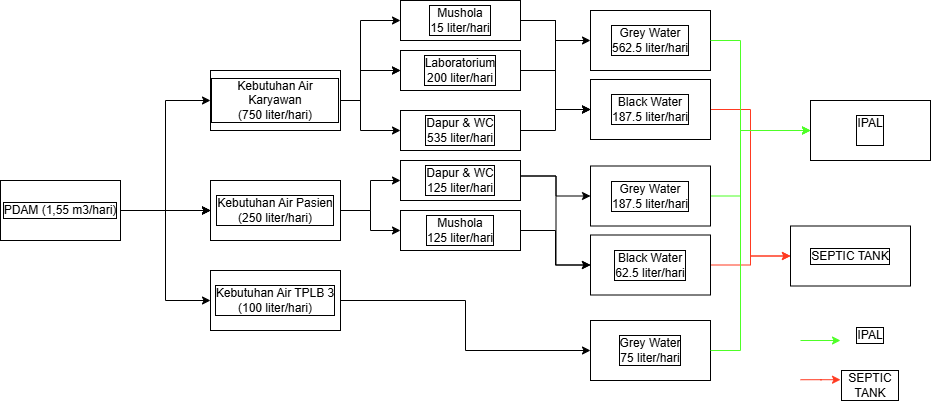
This is Neraca Air Klinik Surya Medika.drawio.png from famowoiii/envimos_sensot, a draw.io export, as it was before one commit. Source tidied: cells renumbered, new cells last; positions are measured from the earlier drawing's top-left corner, leaving out a move shared by most shapes.
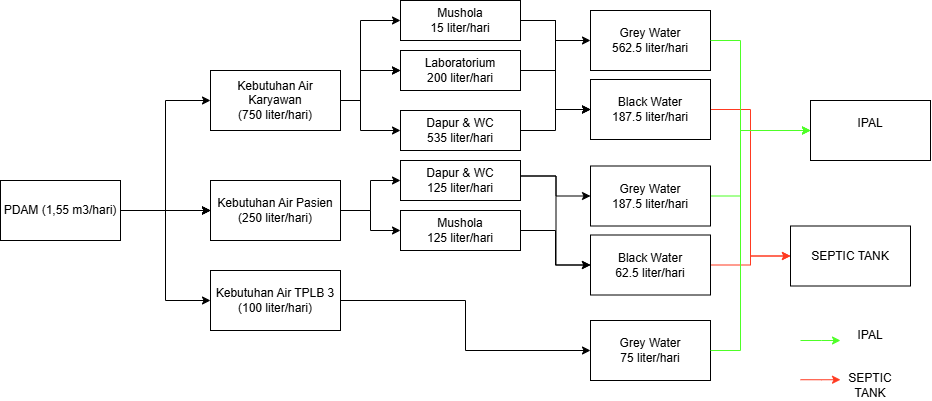
After the change.

What changed in the source:
```diff
@@ -4,21 +4,21 @@
     <mxCell id="1" parent="0" />
-    <mxCell id="2" style="edgeStyle=orthogonalEdgeStyle;rounded=0;jettySize=auto;html=1;entryX=0;entryY=0.5;entryDx=0;entryDy=0;fontFamily=Arial;labelBorderColor=default;labelBackgroundColor=none;" parent="1" edge="1" source="7" target="12">
+    <mxCell id="2" style="edgeStyle=orthogonalEdgeStyle;rounded=0;jettySize=auto;html=1;entryX=0;entryY=0.5;entryDx=0;entryDy=0;fontFamily=Arial;labelBorderColor=none;labelBackgroundColor=none;" parent="1" edge="1" source="7" target="12">
       <mxGeometry relative="1" as="geometry" />
     </mxCell>
-    <mxCell id="3" style="edgeStyle=orthogonalEdgeStyle;rounded=0;jettySize=auto;html=1;fontFamily=Arial;labelBorderColor=default;labelBackgroundColor=none;" parent="1" edge="1" source="7" target="17">
+    <mxCell id="3" style="edgeStyle=orthogonalEdgeStyle;rounded=0;jettySize=auto;html=1;fontFamily=Arial;labelBorderColor=none;labelBackgroundColor=none;" parent="1" edge="1" source="7" target="17">
       <mxGeometry relative="1" as="geometry" />
     </mxCell>
-    <mxCell id="4" style="edgeStyle=orthogonalEdgeStyle;rounded=0;jettySize=auto;html=1;fontFamily=Arial;labelBorderColor=default;labelBackgroundColor=none;" parent="1" edge="1" source="7" target="17">
+    <mxCell id="4" style="edgeStyle=orthogonalEdgeStyle;rounded=0;jettySize=auto;html=1;fontFamily=Arial;labelBorderColor=none;labelBackgroundColor=none;" parent="1" edge="1" source="7" target="17">
       <mxGeometry relative="1" as="geometry" />
     </mxCell>
-    <mxCell id="5" style="edgeStyle=orthogonalEdgeStyle;rounded=0;jettySize=auto;html=1;fontFamily=Arial;labelBorderColor=default;labelBackgroundColor=none;" parent="1" edge="1" source="7" target="17">
+    <mxCell id="5" style="edgeStyle=orthogonalEdgeStyle;rounded=0;jettySize=auto;html=1;fontFamily=Arial;labelBorderColor=none;labelBackgroundColor=none;" parent="1" edge="1" source="7" target="17">
       <mxGeometry relative="1" as="geometry" />
     </mxCell>
-    <mxCell id="6" style="edgeStyle=orthogonalEdgeStyle;rounded=0;jettySize=auto;html=1;exitX=1;exitY=0.5;exitDx=0;exitDy=0;entryX=0;entryY=0.5;entryDx=0;entryDy=0;fontFamily=Arial;labelBorderColor=default;labelBackgroundColor=none;" parent="1" edge="1" source="7" target="14">
+    <mxCell id="6" style="edgeStyle=orthogonalEdgeStyle;rounded=0;jettySize=auto;html=1;exitX=1;exitY=0.5;exitDx=0;exitDy=0;entryX=0;entryY=0.5;entryDx=0;entryDy=0;fontFamily=Arial;labelBorderColor=none;labelBackgroundColor=none;" parent="1" edge="1" source="7" target="14">
       <mxGeometry relative="1" as="geometry" />
     </mxCell>
-    <mxCell id="7" value="PDAM (1,55 m3/hari)" style="rounded=0;whiteSpace=wrap;html=1;fontFamily=Arial;labelBorderColor=default;labelBackgroundColor=none;" parent="1" vertex="1">
+    <mxCell id="7" value="PDAM (1,55 m3/hari)" style="rounded=0;whiteSpace=wrap;html=1;fontFamily=Arial;labelBorderColor=none;labelBackgroundColor=none;" parent="1" vertex="1">
       <mxGeometry y="180" width="120" height="60" as="geometry" />
     </mxCell>
-    <mxCell id="8" style="edgeStyle=orthogonalEdgeStyle;rounded=0;jettySize=auto;html=1;entryX=0;entryY=0.5;entryDx=0;entryDy=0;fontFamily=Arial;labelBorderColor=default;labelBackgroundColor=none;" parent="1" edge="1" source="12" target="19">
+    <mxCell id="8" style="edgeStyle=orthogonalEdgeStyle;rounded=0;jettySize=auto;html=1;entryX=0;entryY=0.5;entryDx=0;entryDy=0;fontFamily=Arial;labelBorderColor=none;labelBackgroundColor=none;" parent="1" edge="1" source="12" target="19">
       <mxGeometry relative="1" as="geometry">
@@ -30,3 +30,3 @@
     </mxCell>
-    <mxCell id="9" style="edgeStyle=orthogonalEdgeStyle;rounded=0;jettySize=auto;html=1;fontFamily=Arial;labelBorderColor=default;labelBackgroundColor=none;" parent="1" edge="1" source="12" target="21">
+    <mxCell id="9" style="edgeStyle=orthogonalEdgeStyle;rounded=0;jettySize=auto;html=1;fontFamily=Arial;labelBorderColor=none;labelBackgroundColor=none;" parent="1" edge="1" source="12" target="21">
       <mxGeometry relative="1" as="geometry">
@@ -38,3 +38,3 @@
     </mxCell>
-    <mxCell id="10" style="edgeStyle=orthogonalEdgeStyle;rounded=0;jettySize=auto;html=1;entryX=0;entryY=0.5;entryDx=0;entryDy=0;fontFamily=Arial;labelBorderColor=default;labelBackgroundColor=none;" parent="1" edge="1" source="12" target="21">
+    <mxCell id="10" style="edgeStyle=orthogonalEdgeStyle;rounded=0;jettySize=auto;html=1;entryX=0;entryY=0.5;entryDx=0;entryDy=0;fontFamily=Arial;labelBorderColor=none;labelBackgroundColor=none;" parent="1" edge="1" source="12" target="21">
       <mxGeometry relative="1" as="geometry">
@@ -46,3 +46,3 @@
     </mxCell>
-    <mxCell id="11" style="edgeStyle=orthogonalEdgeStyle;rounded=0;jettySize=auto;html=1;entryX=0;entryY=0.5;entryDx=0;entryDy=0;fontFamily=Arial;labelBorderColor=default;labelBackgroundColor=none;" parent="1" edge="1" source="12" target="23">
+    <mxCell id="11" style="edgeStyle=orthogonalEdgeStyle;rounded=0;jettySize=auto;html=1;entryX=0;entryY=0.5;entryDx=0;entryDy=0;fontFamily=Arial;labelBorderColor=none;labelBackgroundColor=none;" parent="1" edge="1" source="12" target="23">
       <mxGeometry relative="1" as="geometry">
@@ -54,66 +54,66 @@
     </mxCell>
-    <mxCell id="12" value="Kebutuhan Air Karyawan&lt;div&gt;(750 liter/hari)&lt;/div&gt;" style="rounded=0;whiteSpace=wrap;html=1;fontFamily=Arial;labelBorderColor=default;labelBackgroundColor=none;" parent="1" vertex="1">
+    <mxCell id="12" value="Kebutuhan Air Karyawan&lt;div&gt;(750 liter/hari)&lt;/div&gt;" style="rounded=0;whiteSpace=wrap;html=1;fontFamily=Arial;labelBorderColor=none;labelBackgroundColor=none;" parent="1" vertex="1">
       <mxGeometry x="210" y="70" width="130" height="60" as="geometry" />
     </mxCell>
-    <mxCell id="13" style="edgeStyle=orthogonalEdgeStyle;rounded=0;jettySize=auto;html=1;fontFamily=Arial;labelBorderColor=default;labelBackgroundColor=none;" parent="1" edge="1" source="14" target="28">
+    <mxCell id="13" style="edgeStyle=orthogonalEdgeStyle;rounded=0;jettySize=auto;html=1;fontFamily=Arial;labelBorderColor=none;labelBackgroundColor=none;" parent="1" edge="1" source="14" target="28">
       <mxGeometry relative="1" as="geometry" />
     </mxCell>
-    <mxCell id="14" value="Kebutuhan Air TPLB 3&lt;div&gt;(100 liter/hari)&lt;/div&gt;" style="whiteSpace=wrap;html=1;rounded=0;fontFamily=Arial;labelBorderColor=default;labelBackgroundColor=none;" parent="1" vertex="1">
+    <mxCell id="14" value="Kebutuhan Air TPLB 3&lt;div&gt;(100 liter/hari)&lt;/div&gt;" style="whiteSpace=wrap;html=1;rounded=0;fontFamily=Arial;labelBorderColor=none;labelBackgroundColor=none;" parent="1" vertex="1">
       <mxGeometry x="210" y="270" width="130" height="60" as="geometry" />
     </mxCell>
-    <mxCell id="15" style="edgeStyle=orthogonalEdgeStyle;rounded=0;jettySize=auto;html=1;fontFamily=Arial;labelBorderColor=default;labelBackgroundColor=none;" parent="1" edge="1" source="7" target="17">
+    <mxCell id="15" style="edgeStyle=orthogonalEdgeStyle;rounded=0;jettySize=auto;html=1;fontFamily=Arial;labelBorderColor=none;labelBackgroundColor=none;" parent="1" edge="1" source="7" target="17">
       <mxGeometry relative="1" as="geometry" />
     </mxCell>
-    <mxCell id="16" style="edgeStyle=orthogonalEdgeStyle;rounded=0;jettySize=auto;html=1;fontFamily=Arial;labelBorderColor=default;labelBackgroundColor=none;" parent="1" edge="1" source="17" target="24">
+    <mxCell id="16" style="edgeStyle=orthogonalEdgeStyle;rounded=0;jettySize=auto;html=1;fontFamily=Arial;labelBorderColor=none;labelBackgroundColor=none;" parent="1" edge="1" source="17" target="24">
       <mxGeometry relative="1" as="geometry" />
     </mxCell>
-    <mxCell id="17" value="Kebutuhan Air Pasien&lt;div&gt;(250 liter/hari)&lt;/div&gt;" style="whiteSpace=wrap;html=1;rounded=0;fontFamily=Arial;labelBorderColor=default;labelBackgroundColor=none;" parent="1" vertex="1">
+    <mxCell id="17" value="Kebutuhan Air Pasien&lt;div&gt;(250 liter/hari)&lt;/div&gt;" style="whiteSpace=wrap;html=1;rounded=0;fontFamily=Arial;labelBorderColor=none;labelBackgroundColor=none;" parent="1" vertex="1">
       <mxGeometry x="210" y="180" width="130" height="60" as="geometry" />
     </mxCell>
-    <mxCell id="18" style="edgeStyle=orthogonalEdgeStyle;rounded=0;jettySize=auto;html=1;fontFamily=Arial;labelBorderColor=default;labelBackgroundColor=none;" parent="1" edge="1" source="19" target="29">
+    <mxCell id="18" style="edgeStyle=orthogonalEdgeStyle;rounded=0;jettySize=auto;html=1;fontFamily=Arial;labelBorderColor=none;labelBackgroundColor=none;" parent="1" edge="1" source="19" target="29">
       <mxGeometry relative="1" as="geometry" />
     </mxCell>
-    <mxCell id="19" value="Mushola&lt;div&gt;15 liter/hari&lt;/div&gt;" style="whiteSpace=wrap;html=1;rounded=0;fontFamily=Arial;labelBorderColor=default;labelBackgroundColor=none;" parent="1" vertex="1">
+    <mxCell id="19" value="Mushola&lt;div&gt;15 liter/hari&lt;/div&gt;" style="whiteSpace=wrap;html=1;rounded=0;fontFamily=Arial;labelBorderColor=none;labelBackgroundColor=none;" parent="1" vertex="1">
       <mxGeometry x="400" width="120" height="40" as="geometry" />
     </mxCell>
-    <mxCell id="20" style="edgeStyle=orthogonalEdgeStyle;rounded=0;jettySize=auto;html=1;fontFamily=Arial;labelBorderColor=default;labelBackgroundColor=none;" parent="1" edge="1" source="21" target="31">
+    <mxCell id="20" style="edgeStyle=orthogonalEdgeStyle;rounded=0;jettySize=auto;html=1;fontFamily=Arial;labelBorderColor=none;labelBackgroundColor=none;" parent="1" edge="1" source="21" target="31">
       <mxGeometry relative="1" as="geometry" />
     </mxCell>
-    <mxCell id="21" value="Laboratorium&lt;div&gt;200 liter/hari&lt;/div&gt;" style="whiteSpace=wrap;html=1;rounded=0;fontFamily=Arial;labelBorderColor=default;labelBackgroundColor=none;" parent="1" vertex="1">
+    <mxCell id="21" value="Laboratorium&lt;div&gt;200 liter/hari&lt;/div&gt;" style="whiteSpace=wrap;html=1;rounded=0;fontFamily=Arial;labelBorderColor=none;labelBackgroundColor=none;" parent="1" vertex="1">
       <mxGeometry x="400" y="50" width="120" height="40" as="geometry" />
     </mxCell>
-    <mxCell id="22" style="edgeStyle=orthogonalEdgeStyle;rounded=0;jettySize=auto;html=1;fontFamily=Arial;labelBorderColor=default;labelBackgroundColor=none;" parent="1" edge="1" source="23" target="31">
+    <mxCell id="22" style="edgeStyle=orthogonalEdgeStyle;rounded=0;jettySize=auto;html=1;fontFamily=Arial;labelBorderColor=none;labelBackgroundColor=none;" parent="1" edge="1" source="23" target="31">
       <mxGeometry relative="1" as="geometry" />
     </mxCell>
-    <mxCell id="23" value="Dapur &amp;amp; WC&lt;div&gt;535 liter/hari&lt;/div&gt;" style="whiteSpace=wrap;html=1;rounded=0;fontFamily=Arial;labelBorderColor=default;labelBackgroundColor=none;" parent="1" vertex="1">
+    <mxCell id="23" value="Dapur &amp;amp; WC&lt;div&gt;535 liter/hari&lt;/div&gt;" style="whiteSpace=wrap;html=1;rounded=0;fontFamily=Arial;labelBorderColor=none;labelBackgroundColor=none;" parent="1" vertex="1">
       <mxGeometry x="400" y="110" width="120" height="40" as="geometry" />
     </mxCell>
-    <mxCell id="24" value="Dapur &amp;amp; WC&lt;div&gt;125 liter/hari&lt;/div&gt;" style="whiteSpace=wrap;html=1;rounded=0;fontFamily=Arial;labelBorderColor=default;labelBackgroundColor=none;" parent="1" vertex="1">
+    <mxCell id="24" value="Dapur &amp;amp; WC&lt;div&gt;125 liter/hari&lt;/div&gt;" style="whiteSpace=wrap;html=1;rounded=0;fontFamily=Arial;labelBorderColor=none;labelBackgroundColor=none;" parent="1" vertex="1">
       <mxGeometry x="400" y="160" width="120" height="40" as="geometry" />
     </mxCell>
-    <mxCell id="25" style="edgeStyle=orthogonalEdgeStyle;rounded=0;jettySize=auto;html=1;fontFamily=Arial;labelBorderColor=default;labelBackgroundColor=none;" parent="1" edge="1" source="26" target="37">
+    <mxCell id="25" style="edgeStyle=orthogonalEdgeStyle;rounded=0;jettySize=auto;html=1;fontFamily=Arial;labelBorderColor=none;labelBackgroundColor=none;" parent="1" edge="1" source="26" target="37">
       <mxGeometry relative="1" as="geometry" />
     </mxCell>
-    <mxCell id="26" value="Mushola&lt;div&gt;125 liter/hari&lt;/div&gt;" style="whiteSpace=wrap;html=1;rounded=0;fontFamily=Arial;labelBorderColor=default;labelBackgroundColor=none;" parent="1" vertex="1">
+    <mxCell id="26" value="Mushola&lt;div&gt;125 liter/hari&lt;/div&gt;" style="whiteSpace=wrap;html=1;rounded=0;fontFamily=Arial;labelBorderColor=none;labelBackgroundColor=none;" parent="1" vertex="1">
       <mxGeometry x="400" y="210" width="120" height="40" as="geometry" />
     </mxCell>
-    <mxCell id="27" style="edgeStyle=orthogonalEdgeStyle;rounded=0;jettySize=auto;html=1;entryX=0;entryY=0.5;entryDx=0;entryDy=0;exitX=1;exitY=0.5;exitDx=0;exitDy=0;fontFamily=Arial;labelBorderColor=default;labelBackgroundColor=none;" parent="1" edge="1" source="17" target="26">
+    <mxCell id="27" style="edgeStyle=orthogonalEdgeStyle;rounded=0;jettySize=auto;html=1;entryX=0;entryY=0.5;entryDx=0;entryDy=0;exitX=1;exitY=0.5;exitDx=0;exitDy=0;fontFamily=Arial;labelBorderColor=none;labelBackgroundColor=none;" parent="1" edge="1" source="17" target="26">
       <mxGeometry relative="1" as="geometry" />
     </mxCell>
-    <mxCell id="28" value="Grey Water&lt;div&gt;75 liter/hari&lt;/div&gt;" style="whiteSpace=wrap;html=1;rounded=0;fontFamily=Arial;labelBorderColor=default;labelBackgroundColor=none;" parent="1" vertex="1">
+    <mxCell id="28" value="Grey Water&lt;div&gt;75 liter/hari&lt;/div&gt;" style="whiteSpace=wrap;html=1;rounded=0;fontFamily=Arial;labelBorderColor=none;labelBackgroundColor=none;" parent="1" vertex="1">
       <mxGeometry x="590" y="320" width="120" height="60" as="geometry" />
     </mxCell>
-    <mxCell id="29" value="Grey Water&lt;div&gt;562.5 liter/hari&lt;/div&gt;" style="whiteSpace=wrap;html=1;rounded=0;fontFamily=Arial;labelBorderColor=default;labelBackgroundColor=none;" parent="1" vertex="1">
+    <mxCell id="29" value="Grey Water&lt;div&gt;562.5 liter/hari&lt;/div&gt;" style="whiteSpace=wrap;html=1;rounded=0;fontFamily=Arial;labelBorderColor=none;labelBackgroundColor=none;" parent="1" vertex="1">
       <mxGeometry x="590" y="10" width="120" height="60" as="geometry" />
     </mxCell>
-    <mxCell id="30" style="edgeStyle=orthogonalEdgeStyle;rounded=0;jettySize=auto;html=1;entryX=0;entryY=0.5;entryDx=0;entryDy=0;strokeColor=#FF3A21;fontFamily=Arial;labelBorderColor=default;labelBackgroundColor=none;" parent="1" edge="1" source="31" target="40">
+    <mxCell id="30" style="edgeStyle=orthogonalEdgeStyle;rounded=0;jettySize=auto;html=1;entryX=0;entryY=0.5;entryDx=0;entryDy=0;strokeColor=#FF3A21;fontFamily=Arial;labelBorderColor=none;labelBackgroundColor=none;" parent="1" edge="1" source="31" target="40">
       <mxGeometry relative="1" as="geometry" />
     </mxCell>
-    <mxCell id="31" value="Black Water&lt;div&gt;187.5 liter/hari&lt;/div&gt;" style="whiteSpace=wrap;html=1;rounded=0;fontFamily=Arial;labelBorderColor=default;labelBackgroundColor=none;" parent="1" vertex="1">
+    <mxCell id="31" value="Black Water&lt;div&gt;187.5 liter/hari&lt;/div&gt;" style="whiteSpace=wrap;html=1;rounded=0;fontFamily=Arial;labelBorderColor=none;labelBackgroundColor=none;" parent="1" vertex="1">
       <mxGeometry x="590" y="79" width="120" height="60" as="geometry" />
     </mxCell>
-    <mxCell id="32" style="edgeStyle=orthogonalEdgeStyle;rounded=0;jettySize=auto;html=1;exitX=1;exitY=0.5;exitDx=0;exitDy=0;entryX=0;entryY=0.5;entryDx=0;entryDy=0;fontFamily=Arial;labelBorderColor=default;labelBackgroundColor=none;" parent="1" edge="1" source="19" target="31">
+    <mxCell id="32" style="edgeStyle=orthogonalEdgeStyle;rounded=0;jettySize=auto;html=1;exitX=1;exitY=0.5;exitDx=0;exitDy=0;entryX=0;entryY=0.5;entryDx=0;entryDy=0;fontFamily=Arial;labelBorderColor=none;labelBackgroundColor=none;" parent="1" edge="1" source="19" target="31">
       <mxGeometry relative="1" as="geometry" />
     </mxCell>
-    <mxCell id="33" style="edgeStyle=orthogonalEdgeStyle;rounded=0;jettySize=auto;html=1;fontFamily=Arial;labelBorderColor=default;labelBackgroundColor=none;" parent="1" edge="1" target="35">
+    <mxCell id="33" style="edgeStyle=orthogonalEdgeStyle;rounded=0;jettySize=auto;html=1;fontFamily=Arial;labelBorderColor=none;labelBackgroundColor=none;" parent="1" edge="1" target="35">
       <mxGeometry relative="1" as="geometry">
@@ -122,3 +122,3 @@
     </mxCell>
-    <mxCell id="34" style="edgeStyle=orthogonalEdgeStyle;rounded=0;jettySize=auto;html=1;entryX=0;entryY=0.5;entryDx=0;entryDy=0;strokeColor=#4EFF27;fontFamily=Arial;labelBorderColor=default;labelBackgroundColor=none;" parent="1" edge="1" source="35" target="39">
+    <mxCell id="34" style="edgeStyle=orthogonalEdgeStyle;rounded=0;jettySize=auto;html=1;entryX=0;entryY=0.5;entryDx=0;entryDy=0;strokeColor=#4EFF27;fontFamily=Arial;labelBorderColor=none;labelBackgroundColor=none;" parent="1" edge="1" source="35" target="39">
       <mxGeometry relative="1" as="geometry">
@@ -131,12 +131,12 @@
     </mxCell>
-    <mxCell id="35" value="Grey Water&lt;div&gt;187.5 liter/hari&lt;/div&gt;" style="whiteSpace=wrap;html=1;rounded=0;fontFamily=Arial;labelBorderColor=default;labelBackgroundColor=none;" parent="1" vertex="1">
+    <mxCell id="35" value="Grey Water&lt;div&gt;187.5 liter/hari&lt;/div&gt;" style="whiteSpace=wrap;html=1;rounded=0;fontFamily=Arial;labelBorderColor=none;labelBackgroundColor=none;" parent="1" vertex="1">
       <mxGeometry x="590" y="165.5" width="120" height="60" as="geometry" />
     </mxCell>
-    <mxCell id="36" style="edgeStyle=orthogonalEdgeStyle;rounded=0;jettySize=auto;html=1;strokeColor=#FF3A21;fontFamily=Arial;labelBorderColor=default;labelBackgroundColor=none;" parent="1" edge="1" source="37" target="40">
+    <mxCell id="36" style="edgeStyle=orthogonalEdgeStyle;rounded=0;jettySize=auto;html=1;strokeColor=#FF3A21;fontFamily=Arial;labelBorderColor=none;labelBackgroundColor=none;" parent="1" edge="1" source="37" target="40">
       <mxGeometry relative="1" as="geometry" />
     </mxCell>
-    <mxCell id="37" value="Black Wate&lt;span style=&quot;color: light-dark(rgb(0, 0, 0), rgb(255, 255, 255));&quot;&gt;r&lt;/span&gt;&lt;div&gt;&lt;span style=&quot;color: light-dark(rgb(0, 0, 0), rgb(255, 255, 255));&quot;&gt;62.5 liter/hari&lt;/span&gt;&lt;/div&gt;" style="whiteSpace=wrap;html=1;rounded=0;fontFamily=Arial;labelBorderColor=default;labelBackgroundColor=none;" parent="1" vertex="1">
+    <mxCell id="37" value="Black Wate&lt;span style=&quot;color: light-dark(rgb(0, 0, 0), rgb(255, 255, 255));&quot;&gt;r&lt;/span&gt;&lt;div&gt;&lt;span style=&quot;color: light-dark(rgb(0, 0, 0), rgb(255, 255, 255));&quot;&gt;62.5 liter/hari&lt;/span&gt;&lt;/div&gt;" style="whiteSpace=wrap;html=1;rounded=0;fontFamily=Arial;labelBorderColor=none;labelBackgroundColor=none;" parent="1" vertex="1">
       <mxGeometry x="590" y="234.5" width="120" height="60" as="geometry" />
     </mxCell>
-    <mxCell id="38" style="edgeStyle=orthogonalEdgeStyle;rounded=0;jettySize=auto;html=1;exitX=1;exitY=0.5;exitDx=0;exitDy=0;entryX=0;entryY=0.5;entryDx=0;entryDy=0;fontFamily=Arial;labelBorderColor=default;labelBackgroundColor=none;" parent="1" edge="1" target="37">
+    <mxCell id="38" style="edgeStyle=orthogonalEdgeStyle;rounded=0;jettySize=auto;html=1;exitX=1;exitY=0.5;exitDx=0;exitDy=0;entryX=0;entryY=0.5;entryDx=0;entryDy=0;fontFamily=Arial;labelBorderColor=none;labelBackgroundColor=none;" parent="1" edge="1" target="37">
       <mxGeometry relative="1" as="geometry">
@@ -145,9 +145,9 @@
     </mxCell>
-    <mxCell id="39" value="IPAL&lt;div&gt;&lt;br&gt;&lt;/div&gt;" style="whiteSpace=wrap;html=1;rounded=0;fontFamily=Arial;labelBorderColor=default;labelBackgroundColor=none;" parent="1" vertex="1">
+    <mxCell id="39" value="IPAL&lt;div&gt;&lt;br&gt;&lt;/div&gt;" style="whiteSpace=wrap;html=1;rounded=0;fontFamily=Arial;labelBorderColor=none;labelBackgroundColor=none;" parent="1" vertex="1">
       <mxGeometry x="810" y="100" width="120" height="60" as="geometry" />
     </mxCell>
-    <mxCell id="40" value="SEPTIC TANK" style="whiteSpace=wrap;html=1;rounded=0;fontFamily=Arial;labelBorderColor=default;labelBackgroundColor=none;" parent="1" vertex="1">
+    <mxCell id="40" value="SEPTIC TANK" style="whiteSpace=wrap;html=1;rounded=0;fontFamily=Arial;labelBorderColor=none;labelBackgroundColor=none;" parent="1" vertex="1">
       <mxGeometry x="790" y="225.5" width="120" height="60" as="geometry" />
     </mxCell>
-    <mxCell id="41" style="edgeStyle=orthogonalEdgeStyle;rounded=0;jettySize=auto;html=1;exitX=1;exitY=0.5;exitDx=0;exitDy=0;entryX=0;entryY=0.5;entryDx=0;entryDy=0;strokeColor=#4EFF27;fontFamily=Arial;labelBorderColor=default;labelBackgroundColor=none;" parent="1" edge="1" source="28" target="39">
+    <mxCell id="41" style="edgeStyle=orthogonalEdgeStyle;rounded=0;jettySize=auto;html=1;exitX=1;exitY=0.5;exitDx=0;exitDy=0;entryX=0;entryY=0.5;entryDx=0;entryDy=0;strokeColor=#4EFF27;fontFamily=Arial;labelBorderColor=none;labelBackgroundColor=none;" parent="1" edge="1" source="28" target="39">
       <mxGeometry relative="1" as="geometry">
@@ -159,3 +159,3 @@
     </mxCell>
-    <mxCell id="42" style="edgeStyle=orthogonalEdgeStyle;rounded=0;jettySize=auto;html=1;exitX=1;exitY=0.5;exitDx=0;exitDy=0;entryX=0;entryY=0.5;entryDx=0;entryDy=0;strokeColor=#4EFF27;fontFamily=Arial;labelBorderColor=default;labelBackgroundColor=none;" parent="1" edge="1" source="29" target="39">
+    <mxCell id="42" style="edgeStyle=orthogonalEdgeStyle;rounded=0;jettySize=auto;html=1;exitX=1;exitY=0.5;exitDx=0;exitDy=0;entryX=0;entryY=0.5;entryDx=0;entryDy=0;strokeColor=#4EFF27;fontFamily=Arial;labelBorderColor=none;labelBackgroundColor=none;" parent="1" edge="1" source="29" target="39">
       <mxGeometry relative="1" as="geometry">
@@ -167,3 +167,3 @@
     </mxCell>
-    <mxCell id="43" style="edgeStyle=orthogonalEdgeStyle;rounded=0;orthogonalLoop=1;jettySize=auto;html=1;strokeColor=#4EFF27;fontFamily=Arial;labelBorderColor=default;labelBackgroundColor=none;" parent="1" edge="1">
+    <mxCell id="43" style="edgeStyle=orthogonalEdgeStyle;rounded=0;orthogonalLoop=1;jettySize=auto;html=1;strokeColor=#4EFF27;fontFamily=Arial;labelBorderColor=none;labelBackgroundColor=none;" parent="1" edge="1">
       <mxGeometry relative="1" as="geometry">
@@ -173,3 +173,3 @@
     </mxCell>
-    <mxCell id="44" style="edgeStyle=orthogonalEdgeStyle;rounded=0;orthogonalLoop=1;jettySize=auto;html=1;strokeColor=#FF3A21;fontFamily=Arial;labelBorderColor=default;labelBackgroundColor=none;" parent="1" edge="1">
+    <mxCell id="44" style="edgeStyle=orthogonalEdgeStyle;rounded=0;orthogonalLoop=1;jettySize=auto;html=1;strokeColor=#FF3A21;fontFamily=Arial;labelBorderColor=none;labelBackgroundColor=none;" parent="1" edge="1">
       <mxGeometry relative="1" as="geometry">
@@ -179,6 +179,6 @@
     </mxCell>
-    <mxCell id="45" value="IPAL" style="text;html=1;whiteSpace=wrap;strokeColor=none;fillColor=none;align=center;verticalAlign=middle;rounded=0;fontFamily=Arial;labelBorderColor=default;labelBackgroundColor=none;" parent="1" vertex="1">
+    <mxCell id="45" value="IPAL" style="text;html=1;whiteSpace=wrap;strokeColor=none;fillColor=none;align=center;verticalAlign=middle;rounded=0;fontFamily=Arial;labelBorderColor=none;labelBackgroundColor=none;" parent="1" vertex="1">
       <mxGeometry x="840" y="320" width="60" height="30" as="geometry" />
     </mxCell>
-    <mxCell id="46" value="SEPTIC TANK" style="text;html=1;whiteSpace=wrap;strokeColor=none;fillColor=none;align=center;verticalAlign=middle;rounded=0;fontFamily=Arial;labelBorderColor=default;labelBackgroundColor=none;" parent="1" vertex="1">
+    <mxCell id="46" value="SEPTIC TANK" style="text;html=1;whiteSpace=wrap;strokeColor=none;fillColor=none;align=center;verticalAlign=middle;rounded=0;fontFamily=Arial;labelBorderColor=none;labelBackgroundColor=none;" parent="1" vertex="1">
       <mxGeometry x="840" y="370" width="60" height="30" as="geometry" />
```
